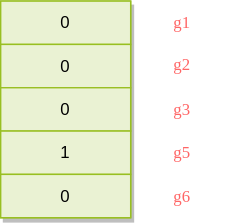
The draw.io diagram 2023/2023-05-22-SQL使用场景（一）/case-when-g5.drawio.svg in acomma/notebook, before a commit. Source tidied: cells renumbered, new cells last; positions are measured from the earlier drawing's top-left corner, leaving out a move shared by most shapes.
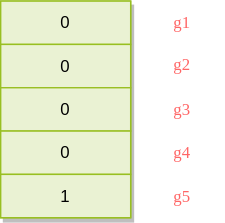
The same diagram one commit later.

What changed in the source:
```diff
@@ -26,13 +26,13 @@
     <mxCell id="9" style="shape=tableRow;horizontal=0;startSize=0;swimlaneHead=0;swimlaneBody=0;top=0;left=0;bottom=0;right=0;fontStyle=1;strokeColor=inherit;fillColor=#EAF2D3;" parent="2" vertex="1">
       <mxGeometry y="93" width="93" height="31" as="geometry" />
     </mxCell>
-    <mxCell id="10" value="1" style="strokeColor=inherit;fillColor=inherit;whiteSpace=wrap;html=1;" parent="9" vertex="1">
+    <mxCell id="10" value="0" style="strokeColor=inherit;fillColor=inherit;whiteSpace=wrap;html=1;" parent="9" vertex="1">
       <mxGeometry width="93" height="31" as="geometry" />
     </mxCell>
     <mxCell id="11" style="shape=tableRow;horizontal=0;startSize=0;swimlaneHead=0;swimlaneBody=0;top=0;left=0;bottom=0;right=0;fontStyle=1;strokeColor=inherit;fillColor=#EAF2D3;" parent="2" vertex="1">
       <mxGeometry y="124" width="93" height="31" as="geometry" />
     </mxCell>
-    <mxCell id="12" value="0" style="strokeColor=inherit;fillColor=inherit;whiteSpace=wrap;html=1;" parent="11" vertex="1">
+    <mxCell id="12" value="1" style="strokeColor=inherit;fillColor=inherit;whiteSpace=wrap;html=1;" parent="11" vertex="1">
       <mxGeometry width="93" height="31" as="geometry" />
     </mxCell>
     <mxCell id="13" value="g1" style="text;html=1;strokeColor=none;fillColor=none;align=center;verticalAlign=middle;whiteSpace=wrap;rounded=0;fontFamily=Verdana;fontColor=#FF6666;" parent="1" vertex="1">
@@ -44,10 +44,10 @@
     <mxCell id="15" value="g3" style="text;html=1;strokeColor=none;fillColor=none;align=center;verticalAlign=middle;whiteSpace=wrap;rounded=0;fontFamily=Verdana;fontColor=#FF6666;" parent="1" vertex="1">
       <mxGeometry x="100" y="62.5" width="60" height="30" as="geometry" />
     </mxCell>
-    <mxCell id="16" value="g5" style="text;html=1;strokeColor=none;fillColor=none;align=center;verticalAlign=middle;whiteSpace=wrap;rounded=0;fontFamily=Verdana;fontColor=#FF6666;" parent="1" vertex="1">
+    <mxCell id="16" value="g4" style="text;html=1;strokeColor=none;fillColor=none;align=center;verticalAlign=middle;whiteSpace=wrap;rounded=0;fontFamily=Verdana;fontColor=#FF6666;" parent="1" vertex="1">
       <mxGeometry x="100" y="93.5" width="60" height="30" as="geometry" />
     </mxCell>
-    <mxCell id="17" value="g6" style="text;html=1;strokeColor=none;fillColor=none;align=center;verticalAlign=middle;whiteSpace=wrap;rounded=0;fontFamily=Verdana;fontColor=#FF6666;" parent="1" vertex="1">
+    <mxCell id="17" value="g5" style="text;html=1;strokeColor=none;fillColor=none;align=center;verticalAlign=middle;whiteSpace=wrap;rounded=0;fontFamily=Verdana;fontColor=#FF6666;" parent="1" vertex="1">
       <mxGeometry x="100" y="125" width="60" height="30" as="geometry" />
     </mxCell>
   </root>
```
